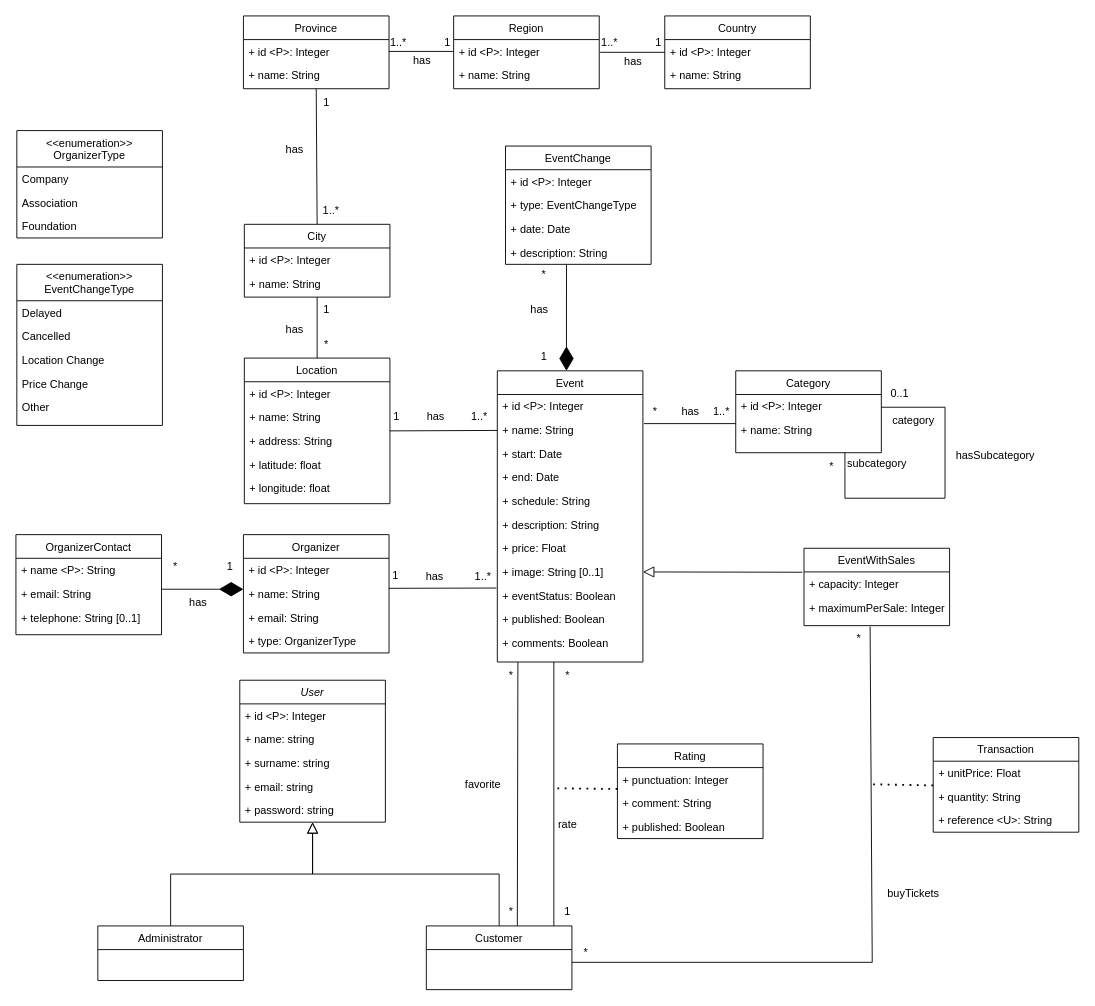
Earlier version of the draw.io diagram diagrams/conceptual-diagram.drawio (danielpilot/event-database). Source tidied: cells renumbered, new cells numbered last; positions are measured from the earlier drawing's top-left corner, leaving out a move shared by most shapes. Both pictures are drawn from the tidied source at 91%, with x=0, y=0 at pixel (15, 15).
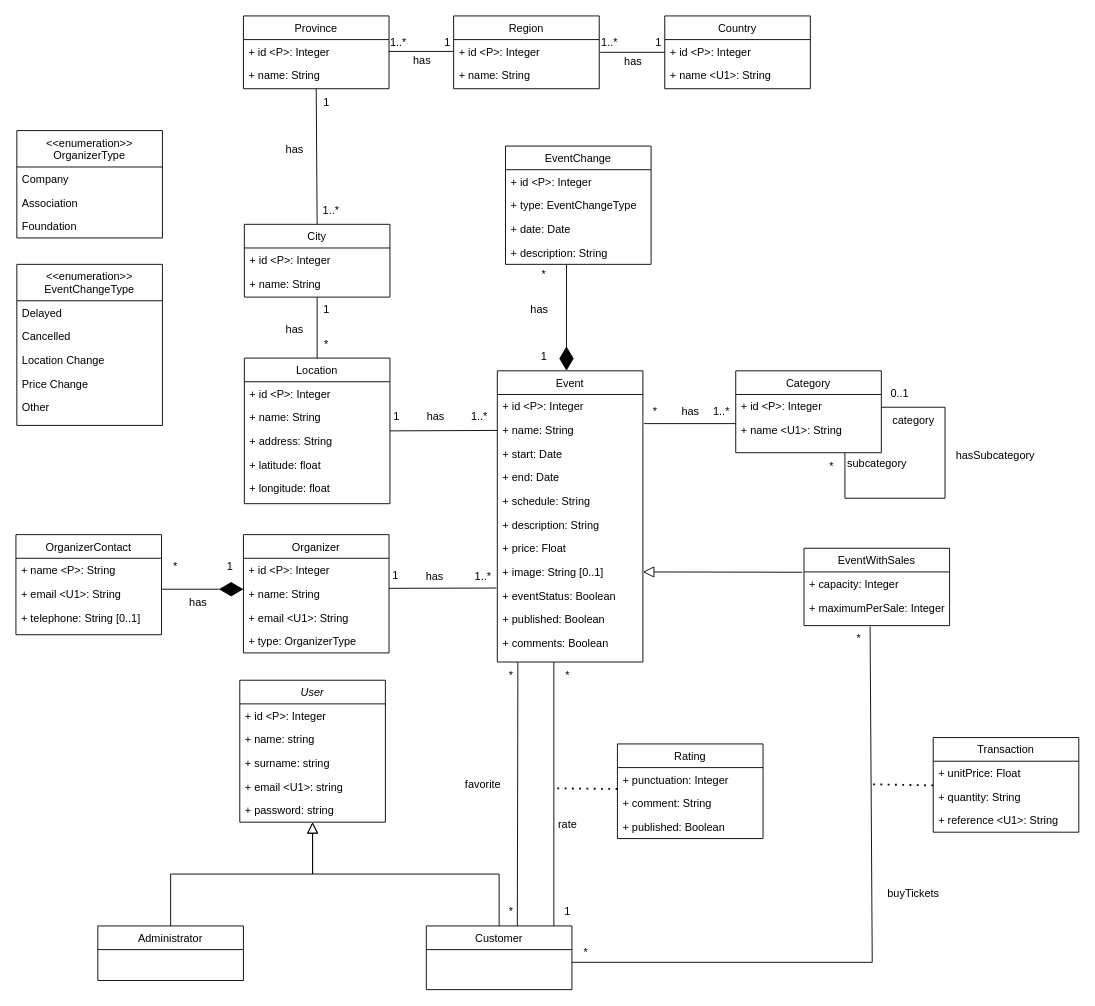
Above is the later version.

Commit message:
Add missing unique keys

The change refers to these unchanged cells:
```xml
<mxCell id="2" value="User" style="swimlane;fontStyle=2;align=center;verticalAlign=top;horizontal=1;startSize=26;rounded=0;shadow=0;strokeWidth=1;" parent="1" vertex="1">
  <mxGeometry x="246" y="730" width="160" height="156" as="geometry" />
</mxCell>
<mxCell id="24" value="Category" style="swimlane;fontStyle=0;align=center;verticalAlign=top;horizontal=1;startSize=26;rounded=0;shadow=0;strokeWidth=1;" parent="1" vertex="1">
  <mxGeometry x="791" y="390" width="160" height="90" as="geometry" />
</mxCell>
<mxCell id="40" value="Organizer" style="swimlane;fontStyle=0;align=center;verticalAlign=top;horizontal=1;startSize=26;rounded=0;shadow=0;strokeWidth=1;" parent="1" vertex="1">
  <mxGeometry x="250" y="570" width="160" height="130" as="geometry" />
</mxCell>
<mxCell id="53" value="OrganizerContact" style="swimlane;fontStyle=0;align=center;verticalAlign=top;horizontal=1;startSize=26;rounded=0;shadow=0;strokeWidth=1;" parent="1" vertex="1">
  <mxGeometry y="570" width="160" height="110" as="geometry" />
</mxCell>
<mxCell id="80" value="Country" style="swimlane;fontStyle=0;align=center;verticalAlign=top;horizontal=1;startSize=26;rounded=0;shadow=0;strokeWidth=1;" parent="1" vertex="1">
  <mxGeometry x="713" width="160" height="80" as="geometry" />
</mxCell>
<mxCell id="136" value="Transaction" style="swimlane;fontStyle=0;align=center;verticalAlign=top;horizontal=1;startSize=26;rounded=0;shadow=0;strokeWidth=1;" parent="1" vertex="1">
  <mxGeometry x="1008" y="793" width="160" height="104" as="geometry" />
</mxCell>
```

Change to the diagram source:
```diff
@@
-    <mxCell id="6" value="+ email: string" style="text;align=left;verticalAlign=top;spacingLeft=4;spacingRight=4;overflow=hidden;rounded=0;shadow=0;html=0;" parent="2" vertex="1">
+    <mxCell id="6" value="+ email &lt;U1&gt;: string" style="text;align=left;verticalAlign=top;spacingLeft=4;spacingRight=4;overflow=hidden;rounded=0;shadow=0;html=0;" parent="2" vertex="1">
       <mxGeometry y="104" width="160" height="26" as="geometry" />
     </mxCell>
@@
-    <mxCell id="26" value="+ name: String" style="text;align=left;verticalAlign=top;spacingLeft=4;spacingRight=4;overflow=hidden;rounded=0;shadow=0;html=0;" parent="24" vertex="1">
+    <mxCell id="26" value="+ name &lt;U1&gt;: String" style="text;align=left;verticalAlign=top;spacingLeft=4;spacingRight=4;overflow=hidden;rounded=0;shadow=0;html=0;" parent="24" vertex="1">
       <mxGeometry y="52" width="160" height="26" as="geometry" />
     </mxCell>
@@
-    <mxCell id="43" value="+ email: String" style="text;align=left;verticalAlign=top;spacingLeft=4;spacingRight=4;overflow=hidden;rounded=0;shadow=0;html=0;" parent="40" vertex="1">
+    <mxCell id="43" value="+ email &lt;U1&gt;: String" style="text;align=left;verticalAlign=top;spacingLeft=4;spacingRight=4;overflow=hidden;rounded=0;shadow=0;html=0;" parent="40" vertex="1">
       <mxGeometry y="78" width="160" height="26" as="geometry" />
     </mxCell>
@@
-    <mxCell id="55" value="+ email: String" style="text;align=left;verticalAlign=top;spacingLeft=4;spacingRight=4;overflow=hidden;rounded=0;shadow=0;html=0;" parent="53" vertex="1">
+    <mxCell id="55" value="+ email &lt;U1&gt;: String" style="text;align=left;verticalAlign=top;spacingLeft=4;spacingRight=4;overflow=hidden;rounded=0;shadow=0;html=0;" parent="53" vertex="1">
       <mxGeometry y="52" width="160" height="26" as="geometry" />
     </mxCell>
@@
-    <mxCell id="82" value="+ name: String" style="text;align=left;verticalAlign=top;spacingLeft=4;spacingRight=4;overflow=hidden;rounded=0;shadow=0;html=0;" parent="80" vertex="1">
+    <mxCell id="82" value="+ name &lt;U1&gt;: String" style="text;align=left;verticalAlign=top;spacingLeft=4;spacingRight=4;overflow=hidden;rounded=0;shadow=0;html=0;" parent="80" vertex="1">
       <mxGeometry y="52" width="160" height="26" as="geometry" />
     </mxCell>
@@
-    <mxCell id="139" value="+ reference &lt;U&gt;: String" style="text;align=left;verticalAlign=top;spacingLeft=4;spacingRight=4;overflow=hidden;rounded=0;shadow=0;html=0;" parent="136" vertex="1">
+    <mxCell id="139" value="+ reference &lt;U1&gt;: String" style="text;align=left;verticalAlign=top;spacingLeft=4;spacingRight=4;overflow=hidden;rounded=0;shadow=0;html=0;" parent="136" vertex="1">
       <mxGeometry y="78" width="160" height="26" as="geometry" />
     </mxCell>
```
